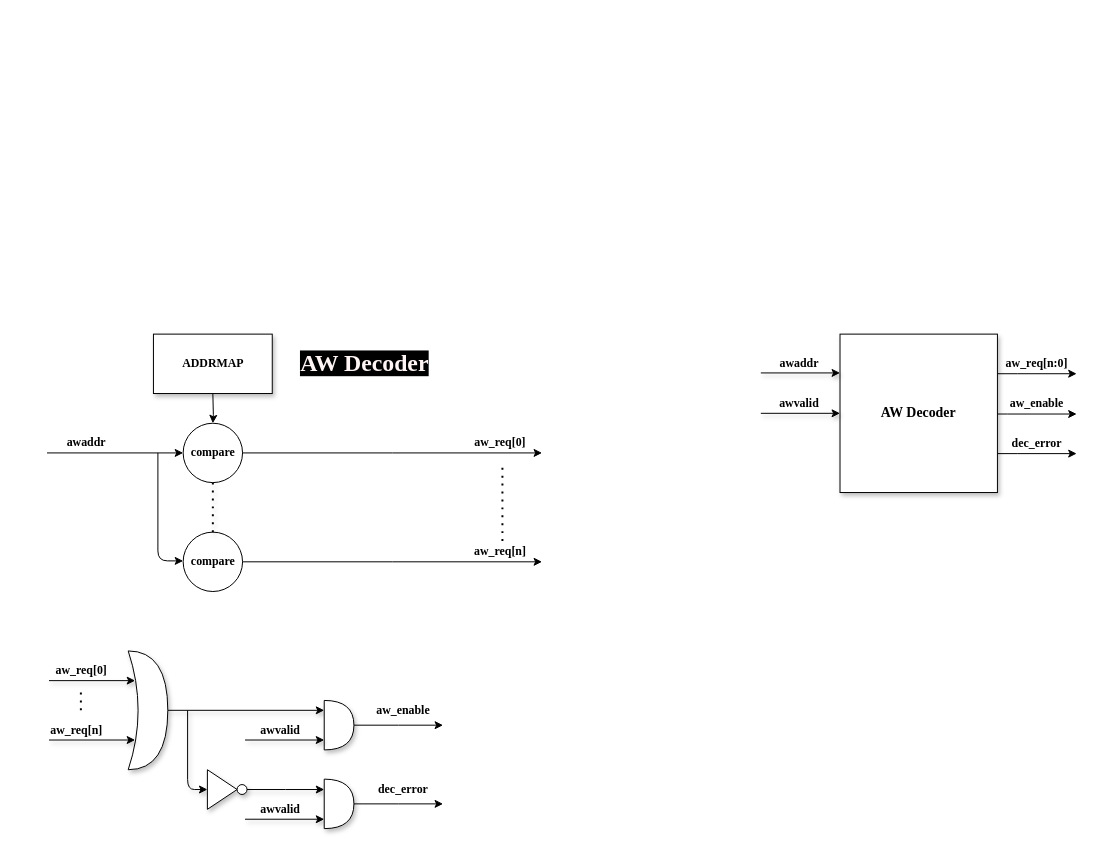
The draw.io diagram page "AW Decoder" (2 of 11) of VG_AxiBus/Doc/axi4_ver0.2.drawio in nguyenquanicd/VG_RTL, before the edit. Source tidied: cells renumbered, new cells numbered last; positions are measured from the earlier drawing's top-left corner, leaving out a move shared by most shapes. Both pictures are drawn from the tidied source at 99%, with x=0, y=0 at pixel (47, 334).
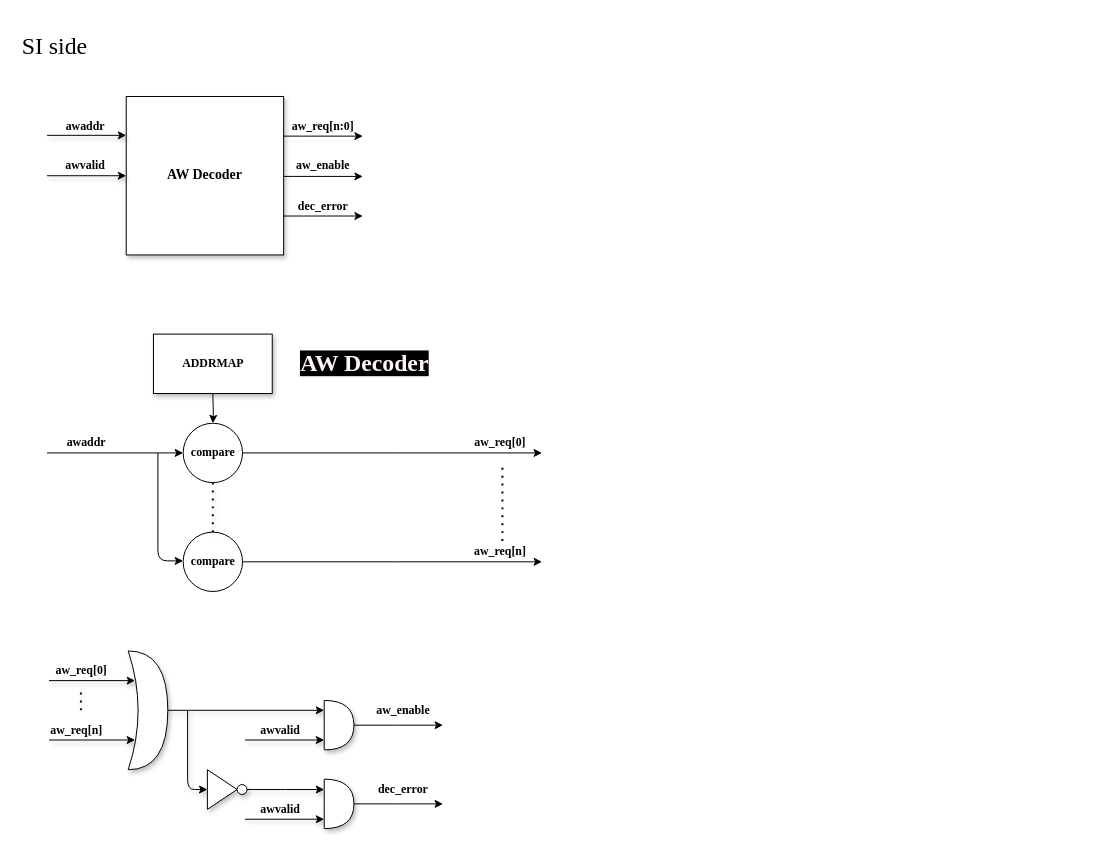
Above is the later version.

The edit, as a diff of the source:
```diff
@@
     <mxCell id="37" style="edgeStyle=orthogonalEdgeStyle;rounded=0;jettySize=auto;html=1;" parent="1" edge="1" source="40">
       <mxGeometry relative="1" as="geometry">
-        <mxPoint x="1040" y="40" as="targetPoint" />
+        <mxPoint x="319" y="-200" as="targetPoint" />
         <Array as="points">
-          <mxPoint x="980" y="40" />
-          <mxPoint x="980" y="40" />
+          <mxPoint x="259" y="-200" />
+          <mxPoint x="259" y="-200" />
         </Array>
       </mxGeometry>
     </mxCell>
     <mxCell id="38" style="edgeStyle=orthogonalEdgeStyle;rounded=0;orthogonalLoop=1;jettySize=auto;html=1;" parent="1" edge="1">
       <mxGeometry relative="1" as="geometry">
-        <mxPoint x="960" y="80.7" as="sourcePoint" />
-        <mxPoint x="1040" y="80.7" as="targetPoint" />
+        <mxPoint x="239" y="-159.3" as="sourcePoint" />
+        <mxPoint x="319" y="-159.3" as="targetPoint" />
         <Array as="points">
-          <mxPoint x="970" y="80.7" />
-          <mxPoint x="970" y="80.7" />
+          <mxPoint x="249" y="-159.3" />
+          <mxPoint x="249" y="-159.3" />
         </Array>
       </mxGeometry>
     </mxCell>
     <mxCell id="39" style="edgeStyle=orthogonalEdgeStyle;rounded=0;orthogonalLoop=1;jettySize=auto;html=1;" parent="1" edge="1">
       <mxGeometry relative="1" as="geometry">
-        <mxPoint x="960" y="120.7" as="sourcePoint" />
-        <mxPoint x="1040" y="120.7" as="targetPoint" />
+        <mxPoint x="239" y="-119.3" as="sourcePoint" />
+        <mxPoint x="319" y="-119.3" as="targetPoint" />
         <Array as="points">
-          <mxPoint x="980" y="120.7" />
-          <mxPoint x="980" y="120.7" />
+          <mxPoint x="259" y="-119.3" />
+          <mxPoint x="259" y="-119.3" />
         </Array>
       </mxGeometry>
     </mxCell>
     <mxCell id="40" value="&lt;font face=&quot;Times New Roman&quot; style=&quot;font-size: 14px&quot;&gt;&lt;b&gt;AW Decoder&lt;/b&gt;&lt;/font&gt;" style="rounded=0;whiteSpace=wrap;html=1;shadow=1;" parent="1" vertex="1">
-      <mxGeometry x="801" width="159" height="160" as="geometry" />
+      <mxGeometry x="80" y="-240" width="159" height="160" as="geometry" />
     </mxCell>
     <mxCell id="41" value="&lt;b&gt;&lt;font face=&quot;Times New Roman&quot;&gt;aw_req[n:0]&lt;/font&gt;&lt;/b&gt;" style="text;html=1;strokeColor=none;fillColor=none;align=center;verticalAlign=middle;whiteSpace=wrap;rounded=0;" parent="1" vertex="1">
-      <mxGeometry x="980" y="20" width="40" height="20" as="geometry" />
+      <mxGeometry x="259" y="-220" width="40" height="20" as="geometry" />
     </mxCell>
     <mxCell id="42" value="&lt;b&gt;&lt;font face=&quot;Times New Roman&quot;&gt;aw_enable&lt;/font&gt;&lt;/b&gt;" style="text;html=1;strokeColor=none;fillColor=none;align=center;verticalAlign=middle;whiteSpace=wrap;rounded=0;" parent="1" vertex="1">
-      <mxGeometry x="980" y="60" width="40" height="20" as="geometry" />
+      <mxGeometry x="259" y="-180" width="40" height="20" as="geometry" />
     </mxCell>
     <mxCell id="43" value="&lt;b&gt;&lt;font face=&quot;Times New Roman&quot;&gt;dec_error&lt;/font&gt;&lt;/b&gt;" style="text;html=1;strokeColor=none;fillColor=none;align=center;verticalAlign=middle;whiteSpace=wrap;rounded=0;" parent="1" vertex="1">
-      <mxGeometry x="980" y="100.7" width="40" height="20" as="geometry" />
+      <mxGeometry x="259" y="-139.3" width="40" height="20" as="geometry" />
     </mxCell>
     <mxCell id="44" value="&lt;b&gt;&lt;font face=&quot;Times New Roman&quot;&gt;awaddr&lt;/font&gt;&lt;/b&gt;" style="text;html=1;strokeColor=none;fillColor=none;align=center;verticalAlign=middle;whiteSpace=wrap;rounded=0;" parent="1" vertex="1">
-      <mxGeometry x="740" y="20" width="40" height="20" as="geometry" />
+      <mxGeometry x="19" y="-220" width="40" height="20" as="geometry" />
     </mxCell>
     <mxCell id="45" style="endArrow=classic;html=1;shadow=1;strokeColor=#000000;fillColor=#004C99;" parent="1" edge="1">
       <mxGeometry relative="1" as="geometry">
-        <mxPoint x="721" y="39.2" as="sourcePoint" />
-        <mxPoint x="801" y="39.2" as="targetPoint" />
+        <mxPoint y="-200.8" as="sourcePoint" />
+        <mxPoint x="80" y="-200.8" as="targetPoint" />
       </mxGeometry>
     </mxCell>
     <mxCell id="46" value="&lt;b&gt;&lt;font face=&quot;Times New Roman&quot;&gt;awvalid&lt;/font&gt;&lt;/b&gt;" style="text;html=1;strokeColor=none;fillColor=none;align=center;verticalAlign=middle;whiteSpace=wrap;rounded=0;" parent="1" vertex="1">
-      <mxGeometry x="740" y="60" width="40" height="20" as="geometry" />
+      <mxGeometry x="19" y="-180" width="40" height="20" as="geometry" />
     </mxCell>
     <mxCell id="47" style="endArrow=classic;html=1;shadow=1;strokeColor=#000000;fillColor=#004C99;" parent="1" edge="1">
       <mxGeometry relative="1" as="geometry">
-        <mxPoint x="721" y="80" as="sourcePoint" />
-        <mxPoint x="801" y="80" as="targetPoint" />
+        <mxPoint y="-160" as="sourcePoint" />
+        <mxPoint x="80" y="-160" as="targetPoint" />
       </mxGeometry>
     </mxCell>
+    <mxCell id="48" value="&lt;h1&gt;&lt;font face=&quot;Times New Roman&quot;&gt;&lt;span style=&quot;font-weight: normal&quot;&gt;SI side&lt;/span&gt;&lt;br&gt;&lt;/font&gt;&lt;/h1&gt;&lt;p&gt;&lt;font face=&quot;Times New Roman&quot;&gt;&lt;br&gt;&lt;/font&gt;&lt;/p&gt;" style="text;html=1;strokeColor=none;fillColor=none;spacing=5;spacingTop=-20;whiteSpace=wrap;overflow=hidden;rounded=0;" parent="1" vertex="1">
+      <mxGeometry x="-30" y="-310" width="90" height="50" as="geometry" />
+    </mxCell>
```
